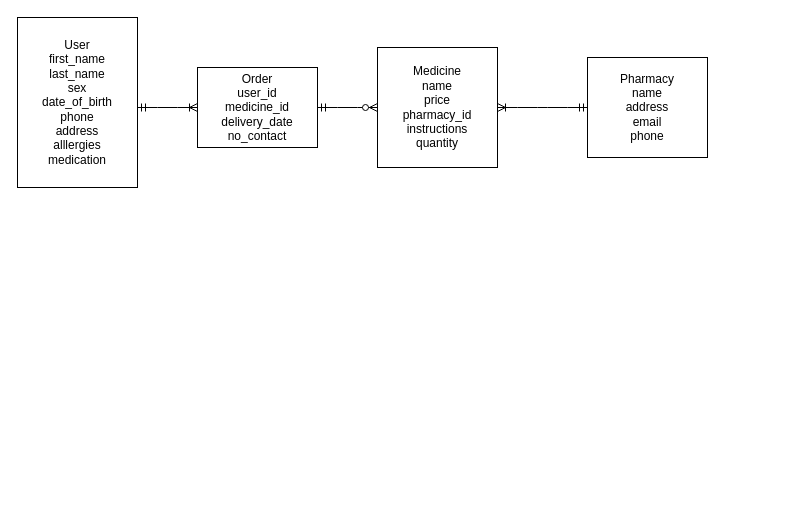
This is models.drawio from gbenga/mod5-project-backend, a draw.io file, before an edit. Source tidied: cells renumbered, new cells numbered last; positions are measured from the earlier drawing's top-left corner, leaving out a move shared by most shapes. Both pictures are drawn from the tidied source at 100%, with x=0, y=0 at pixel (17, 17).
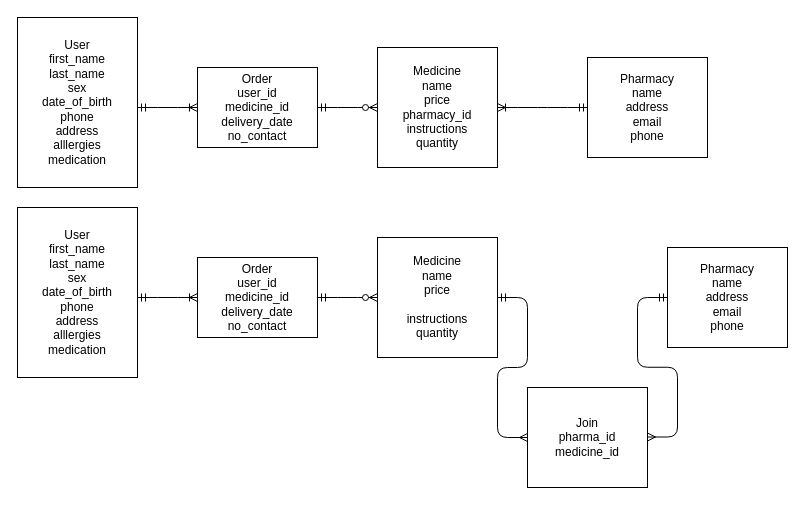
After the change.

Commit message:
Change db to use Postgres

What changed in the source:
```diff
@@
+    <mxCell id="9" value="User&lt;br&gt;first_name&lt;br&gt;last_name&lt;br&gt;sex&lt;br&gt;date_of_birth&lt;br&gt;phone&lt;br&gt;address&lt;br&gt;alllergies&lt;br&gt;medication" style="rounded=0;whiteSpace=wrap;html=1;" parent="1" vertex="1">
+      <mxGeometry y="190" width="120" height="170" as="geometry" />
+    </mxCell>
+    <mxCell id="10" value="Pharmacy&lt;br&gt;name&lt;br&gt;address&lt;br&gt;email&lt;br&gt;phone" style="rounded=0;whiteSpace=wrap;html=1;" parent="1" vertex="1">
+      <mxGeometry x="650" y="230" width="120" height="100" as="geometry" />
+    </mxCell>
+    <mxCell id="11" value="Order&lt;br&gt;user_id&lt;br&gt;medicine_id&lt;br&gt;delivery_date&lt;br&gt;no_contact" style="rounded=0;whiteSpace=wrap;html=1;" parent="1" vertex="1">
+      <mxGeometry x="180" y="240" width="120" height="80" as="geometry" />
+    </mxCell>
+    <mxCell id="12" value="Medicine&lt;br&gt;name&lt;br&gt;price&lt;br&gt;&lt;br&gt;instructions&lt;br&gt;quantity" style="rounded=0;whiteSpace=wrap;html=1;" parent="1" vertex="1">
+      <mxGeometry x="360" y="220" width="120" height="120" as="geometry" />
+    </mxCell>
+    <mxCell id="13" style="edgeStyle=entityRelationEdgeStyle;fontSize=12;html=1;endArrow=ERmany;endFill=0;exitX=1;exitY=0.5;exitDx=0;exitDy=0;startArrow=ERmandOne;startFill=0;entryX=0;entryY=0.5;entryDx=0;entryDy=0;" parent="1" edge="1" source="12" target="16">
+      <mxGeometry relative="1" as="geometry" />
+    </mxCell>
+    <mxCell id="14" style="edgeStyle=entityRelationEdgeStyle;fontSize=12;html=1;endArrow=ERoneToMany;startArrow=ERmandOne;entryX=0;entryY=0.5;entryDx=0;entryDy=0;" parent="1" edge="1" target="11">
+      <mxGeometry relative="1" as="geometry">
+        <mxPoint x="120" y="280" as="sourcePoint" />
+      </mxGeometry>
+    </mxCell>
+    <mxCell id="15" style="edgeStyle=entityRelationEdgeStyle;fontSize=12;html=1;endArrow=ERzeroToMany;startArrow=ERmandOne;entryX=0;entryY=0.5;entryDx=0;entryDy=0;" parent="1" edge="1" target="12">
+      <mxGeometry relative="1" as="geometry">
+        <mxPoint x="300" y="280" as="sourcePoint" />
+      </mxGeometry>
+    </mxCell>
+    <mxCell id="16" value="Join&lt;br&gt;pharma_id&lt;br&gt;medicine_id" style="rounded=0;whiteSpace=wrap;html=1;" parent="1" vertex="1">
+      <mxGeometry x="510" y="370" width="120" height="100" as="geometry" />
+    </mxCell>
+    <mxCell id="17" style="edgeStyle=entityRelationEdgeStyle;fontSize=12;html=1;endArrow=ERmandOne;endFill=0;exitX=1;exitY=0.5;exitDx=0;exitDy=0;startArrow=ERmany;startFill=0;entryX=0;entryY=0.5;entryDx=0;entryDy=0;" parent="1" edge="1" target="10">
+      <mxGeometry relative="1" as="geometry">
+        <mxPoint x="630" y="419.5" as="sourcePoint" />
+      </mxGeometry>
+    </mxCell>
```
